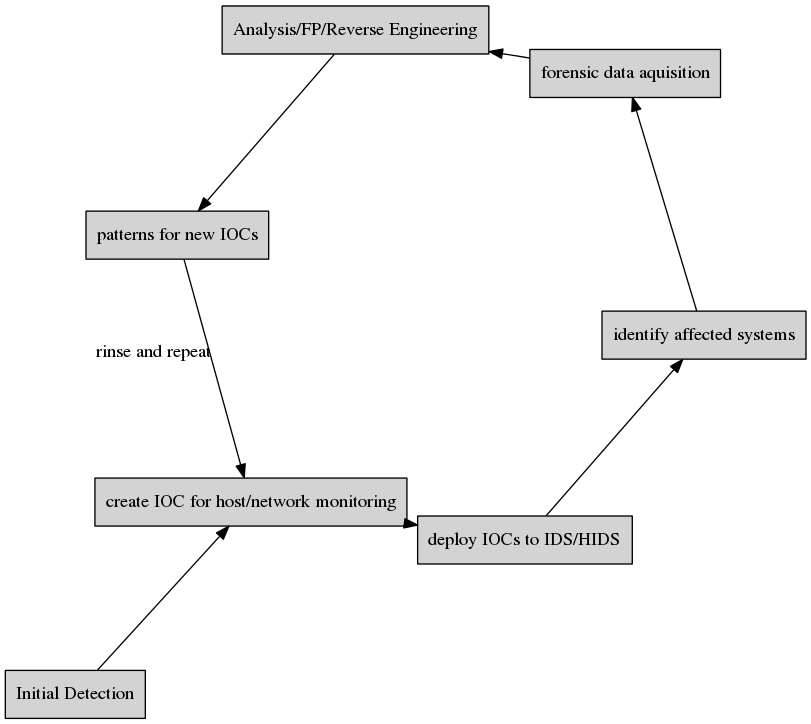
Before: presentations/compromise_indicators/images/ioc.png, a diagram exported from Graphviz (fygrave/iocmap). Its source is kept beside it as presentations/compromise_indicators/ioc.dot.
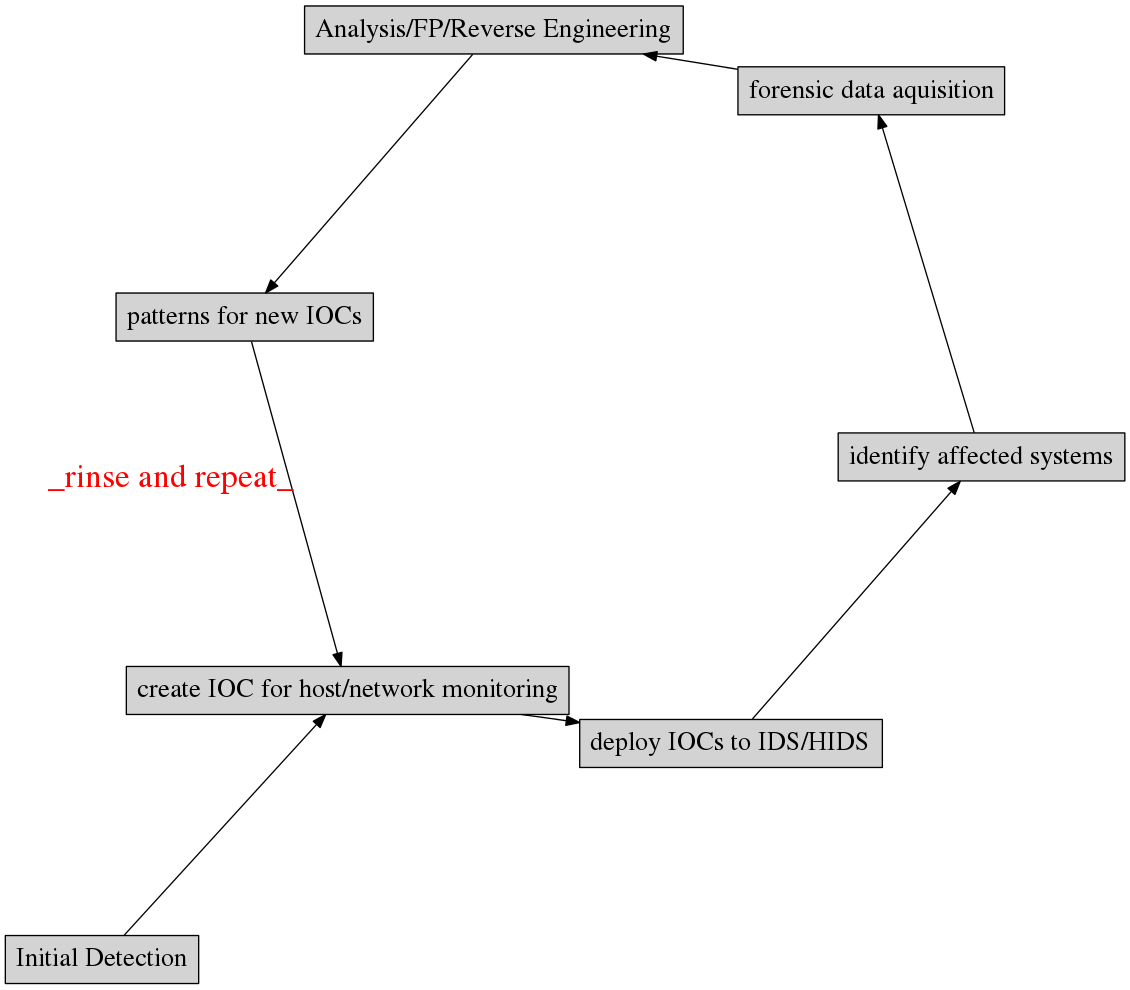
The same diagram one commit later.

Change to the diagram source:
```diff
@@ -6,6 +6,8 @@
 
         node [style=filled;
               shape=record;
+              fontsize=20.0;
+
               ];
 
         initial->ioccreate;
@@ -14,7 +16,9 @@
         identifycompromise->forensicscollection;
         forensicscollection->analyze;
         analyze->newioc;
-    newioc->ioccreate [ label="rinse and repeat"];
+    newioc->ioccreate [ label="_rinse and repeat_";
+                       fontsize=25.0;
+                       fontcolor="red"];
 
         initial [ label="Initial Detection"];
         ioccreate [ label="create IOC for host/network monitoring"];
```
